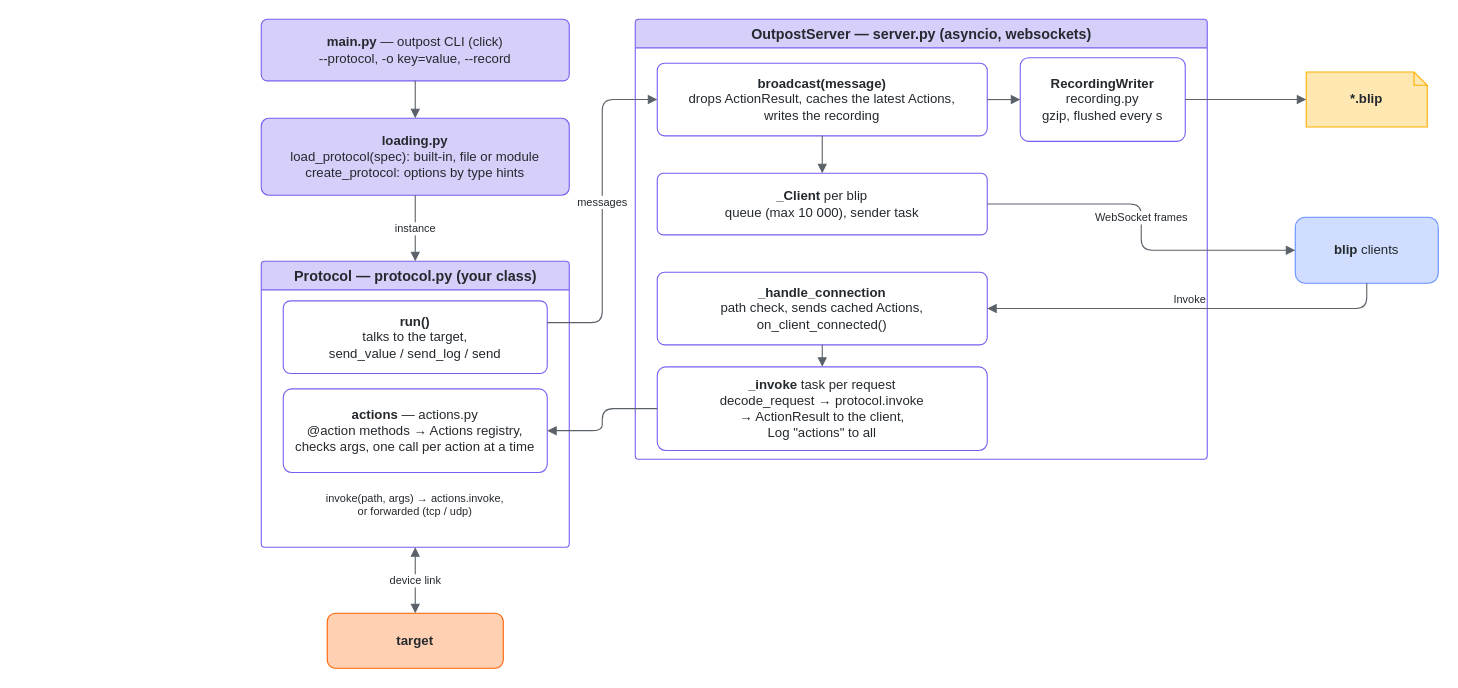
Above: doc/source/diagrams/outpost-architecture.drawio in stefanluethi/blip (draw.io), before the change. Source tidied: cells renumbered, new cells numbered last; positions are measured from the earlier drawing's top-left corner, leaving out a move shared by most shapes. Both pictures are drawn from the tidied source at 110%, with x=0, y=0 at pixel (261, 19).
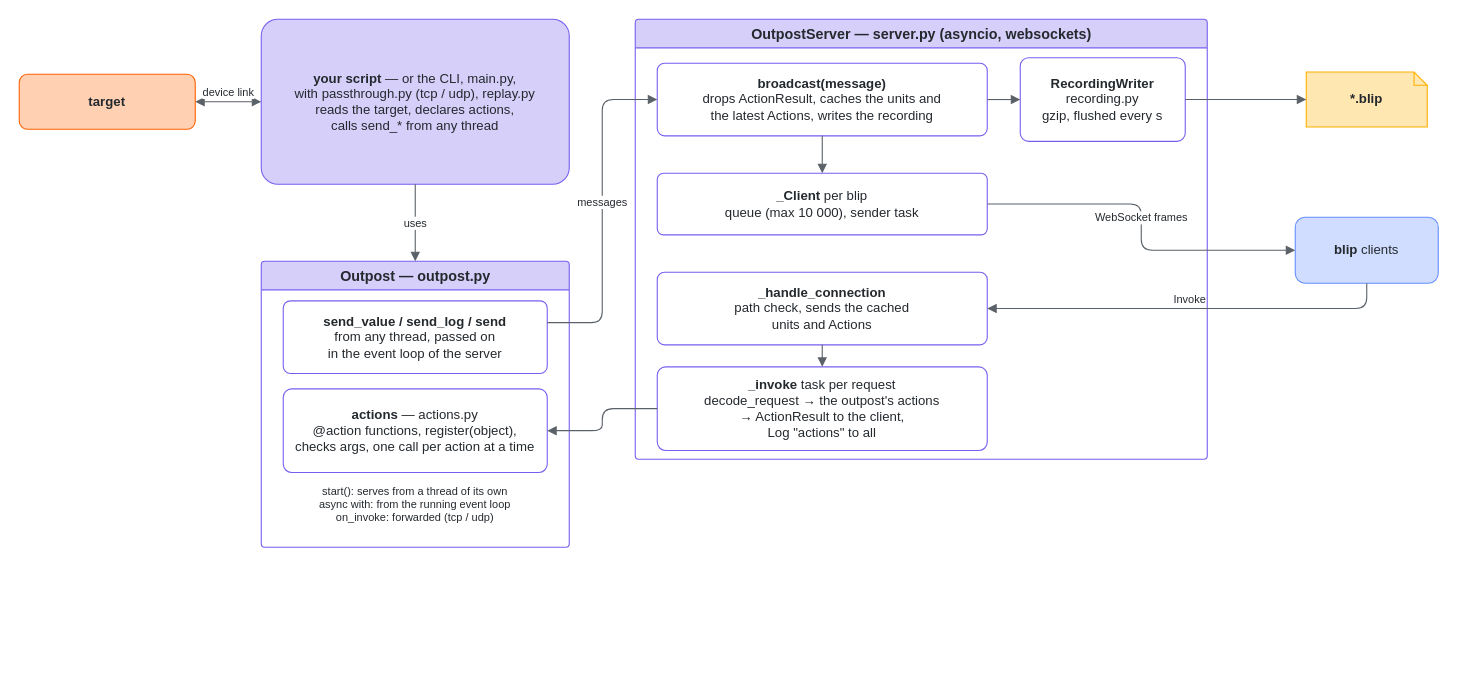
The same page after the edit.

Unchanged cells that the change refers to:
```xml
<mxCell id="5" value="&lt;b&gt;OutpostServer&lt;/b&gt; — server.py (asyncio, websockets)" style="fontColor=#24292e;fontFamily=Fira Sans,Helvetica,Arial,sans-serif;swimlane;startSize=26;html=1;rounded=1;arcSize=4;fillColor=#d6cffa;strokeColor=#785ef0;fontSize=13;swimlaneFillColor=none;" parent="1" vertex="1">
  <mxGeometry x="340" width="520" height="400" as="geometry" />
</mxCell>
```

Diff of the diagram source:
```diff
@@
-    <mxCell id="2" value="&lt;b&gt;main.py&lt;/b&gt; — outpost CLI (click)&lt;br&gt;--protocol, -o key=value, --record" style="fontColor=#24292e;fontFamily=Fira Sans,Helvetica,Arial,sans-serif;rounded=1;whiteSpace=wrap;html=1;arcSize=10;fillColor=#d6cffa;strokeColor=#785ef0;fontSize=12;" parent="1" vertex="1">
-      <mxGeometry width="280" height="56" as="geometry" />
+    <mxCell id="2" value="&lt;b&gt;your script&lt;/b&gt; — or the CLI, main.py,&lt;br&gt;with passthrough.py (tcp / udp), replay.py&lt;br&gt;reads the target, declares actions,&lt;br&gt;calls send_* from any thread" style="fontColor=#24292e;fontFamily=Fira Sans,Helvetica,Arial,sans-serif;rounded=1;whiteSpace=wrap;html=1;arcSize=10;fillColor=#d6cffa;strokeColor=#785ef0;fontSize=12;" parent="1" vertex="1">
+      <mxGeometry width="280" height="150" as="geometry" />
     </mxCell>
-    <mxCell id="3" value="&lt;b&gt;loading.py&lt;/b&gt;&lt;br&gt;load_protocol(spec): built-in, file or module&lt;br&gt;create_protocol: options by type hints" style="fontColor=#24292e;fontFamily=Fira Sans,Helvetica,Arial,sans-serif;rounded=1;whiteSpace=wrap;html=1;arcSize=10;fillColor=#d6cffa;strokeColor=#785ef0;fontSize=12;" parent="1" vertex="1">
-      <mxGeometry y="90" width="280" height="70" as="geometry" />
-    </mxCell>
-    <mxCell id="4" style="strokeColor=#5b6168;fontColor=#24292e;labelBackgroundColor=#ffffff;fontFamily=Fira Sans,Helvetica,Arial,sans-serif;edgeStyle=orthogonalEdgeStyle;rounded=1;html=1;endArrow=block;endFill=1;fontSize=10;" parent="1" edge="1" source="2" target="3">
-      <mxGeometry relative="1" as="geometry" />
-    </mxCell>
@@
-    <mxCell id="6" value="&lt;b&gt;broadcast(message)&lt;/b&gt;&lt;br&gt;drops ActionResult, caches the latest Actions,&lt;br&gt;writes the recording" style="fontColor=#24292e;fontFamily=Fira Sans,Helvetica,Arial,sans-serif;rounded=1;whiteSpace=wrap;html=1;arcSize=10;fillColor=#ffffff;strokeColor=#785ef0;fontSize=12;" parent="5" vertex="1">
+    <mxCell id="6" value="&lt;b&gt;broadcast(message)&lt;/b&gt;&lt;br&gt;drops ActionResult, caches the units and&lt;br&gt;the latest Actions, writes the recording" style="fontColor=#24292e;fontFamily=Fira Sans,Helvetica,Arial,sans-serif;rounded=1;whiteSpace=wrap;html=1;arcSize=10;fillColor=#ffffff;strokeColor=#785ef0;fontSize=12;" parent="5" vertex="1">
       <mxGeometry x="20" y="40" width="300" height="66" as="geometry" />
     </mxCell>
@@
-    <mxCell id="8" value="&lt;b&gt;_handle_connection&lt;/b&gt;&lt;br&gt;path check, sends cached Actions,&lt;br&gt;on_client_connected()" style="fontColor=#24292e;fontFamily=Fira Sans,Helvetica,Arial,sans-serif;rounded=1;whiteSpace=wrap;html=1;arcSize=10;fillColor=#ffffff;strokeColor=#785ef0;fontSize=12;" parent="5" vertex="1">
+    <mxCell id="8" value="&lt;b&gt;_handle_connection&lt;/b&gt;&lt;br&gt;path check, sends the cached&lt;br&gt;units and Actions" style="fontColor=#24292e;fontFamily=Fira Sans,Helvetica,Arial,sans-serif;rounded=1;whiteSpace=wrap;html=1;arcSize=10;fillColor=#ffffff;strokeColor=#785ef0;fontSize=12;" parent="5" vertex="1">
       <mxGeometry x="20" y="230" width="300" height="66" as="geometry" />
     </mxCell>
-    <mxCell id="9" value="&lt;b&gt;_invoke&lt;/b&gt; task per request&lt;br&gt;decode_request → protocol.invoke&lt;br&gt;→ ActionResult to the client,&lt;br&gt;Log &amp;quot;actions&amp;quot; to all" style="fontColor=#24292e;fontFamily=Fira Sans,Helvetica,Arial,sans-serif;rounded=1;whiteSpace=wrap;html=1;arcSize=10;fillColor=#ffffff;strokeColor=#785ef0;fontSize=12;" parent="5" vertex="1">
+    <mxCell id="9" value="&lt;b&gt;_invoke&lt;/b&gt; task per request&lt;br&gt;decode_request → the outpost's actions&lt;br&gt;→ ActionResult to the client,&lt;br&gt;Log &amp;quot;actions&amp;quot; to all" style="fontColor=#24292e;fontFamily=Fira Sans,Helvetica,Arial,sans-serif;rounded=1;whiteSpace=wrap;html=1;arcSize=10;fillColor=#ffffff;strokeColor=#785ef0;fontSize=12;" parent="5" vertex="1">
       <mxGeometry x="20" y="316" width="300" height="76" as="geometry" />
     </mxCell>
@@
-    <mxCell id="14" value="&lt;b&gt;Protocol&lt;/b&gt; — protocol.py (your class)" style="fontColor=#24292e;fontFamily=Fira Sans,Helvetica,Arial,sans-serif;swimlane;startSize=26;html=1;rounded=1;arcSize=4;fillColor=#d6cffa;strokeColor=#785ef0;fontSize=13;swimlaneFillColor=none;" parent="1" vertex="1">
+    <mxCell id="14" value="&lt;b&gt;Outpost&lt;/b&gt; — outpost.py" style="fontColor=#24292e;fontFamily=Fira Sans,Helvetica,Arial,sans-serif;swimlane;startSize=26;html=1;rounded=1;arcSize=4;fillColor=#d6cffa;strokeColor=#785ef0;fontSize=13;swimlaneFillColor=none;" parent="1" vertex="1">
       <mxGeometry y="220" width="280" height="260" as="geometry" />
     </mxCell>
-    <mxCell id="15" value="&lt;b&gt;run()&lt;/b&gt;&lt;br&gt;talks to the target,&lt;br&gt;send_value / send_log / send" style="fontColor=#24292e;fontFamily=Fira Sans,Helvetica,Arial,sans-serif;rounded=1;whiteSpace=wrap;html=1;arcSize=10;fillColor=#ffffff;strokeColor=#785ef0;fontSize=12;" parent="14" vertex="1">
+    <mxCell id="15" value="&lt;b&gt;send_value / send_log / send&lt;/b&gt;&lt;br&gt;from any thread, passed on&lt;br&gt;in the event loop of the server" style="fontColor=#24292e;fontFamily=Fira Sans,Helvetica,Arial,sans-serif;rounded=1;whiteSpace=wrap;html=1;arcSize=10;fillColor=#ffffff;strokeColor=#785ef0;fontSize=12;" parent="14" vertex="1">
       <mxGeometry x="20" y="36" width="240" height="66" as="geometry" />
     </mxCell>
-    <mxCell id="16" value="&lt;b&gt;actions&lt;/b&gt; — actions.py&lt;br&gt;@action methods → Actions registry,&lt;br&gt;checks args, one call per action at a time" style="fontColor=#24292e;fontFamily=Fira Sans,Helvetica,Arial,sans-serif;rounded=1;whiteSpace=wrap;html=1;arcSize=10;fillColor=#ffffff;strokeColor=#785ef0;fontSize=12;" parent="14" vertex="1">
+    <mxCell id="16" value="&lt;b&gt;actions&lt;/b&gt; — actions.py&lt;br&gt;@action functions, register(object),&lt;br&gt;checks args, one call per action at a time" style="fontColor=#24292e;fontFamily=Fira Sans,Helvetica,Arial,sans-serif;rounded=1;whiteSpace=wrap;html=1;arcSize=10;fillColor=#ffffff;strokeColor=#785ef0;fontSize=12;" parent="14" vertex="1">
       <mxGeometry x="20" y="116" width="240" height="76" as="geometry" />
     </mxCell>
-    <mxCell id="17" value="invoke(path, args) → actions.invoke,&lt;br&gt;or forwarded (tcp / udp)" style="fontColor=#24292e;fontFamily=Fira Sans,Helvetica,Arial,sans-serif;text;html=1;whiteSpace=wrap;align=center;verticalAlign=middle;fontSize=10;" parent="14" vertex="1">
+    <mxCell id="17" value="start(): serves from a thread of its own&lt;br&gt;async with: from the running event loop&lt;br&gt;on_invoke: forwarded (tcp / udp)" style="fontColor=#24292e;fontFamily=Fira Sans,Helvetica,Arial,sans-serif;text;html=1;whiteSpace=wrap;align=center;verticalAlign=middle;fontSize=10;" parent="14" vertex="1">
       <mxGeometry x="20" y="196" width="240" height="50" as="geometry" />
     </mxCell>
@@
     <mxCell id="19" value="&lt;b&gt;target&lt;/b&gt;" style="fontColor=#24292e;fontFamily=Fira Sans,Helvetica,Arial,sans-serif;html=1;whiteSpace=wrap;rounded=1;fillColor=#ffd0b2;strokeColor=#fe6100;fontSize=12;" parent="1" vertex="1">
-      <mxGeometry x="60" y="540" width="160" height="50" as="geometry" />
+      <mxGeometry x="-220" y="50" width="160" height="50" as="geometry" />
     </mxCell>
@@
-    <mxCell id="21" value="instance" style="strokeColor=#5b6168;fontColor=#24292e;labelBackgroundColor=#ffffff;fontFamily=Fira Sans,Helvetica,Arial,sans-serif;edgeStyle=orthogonalEdgeStyle;rounded=1;html=1;endArrow=block;endFill=1;fontSize=10;verticalAlign=middle;" parent="1" edge="1" source="3" target="14">
+    <mxCell id="21" value="uses" style="strokeColor=#5b6168;fontColor=#24292e;labelBackgroundColor=#ffffff;fontFamily=Fira Sans,Helvetica,Arial,sans-serif;edgeStyle=orthogonalEdgeStyle;rounded=1;html=1;endArrow=block;endFill=1;fontSize=10;verticalAlign=middle;" parent="1" edge="1" source="2" target="14">
       <mxGeometry relative="1" as="geometry" />
     </mxCell>
@@
-    <mxCell id="26" value="device link" style="strokeColor=#5b6168;fontColor=#24292e;labelBackgroundColor=#ffffff;fontFamily=Fira Sans,Helvetica,Arial,sans-serif;edgeStyle=orthogonalEdgeStyle;rounded=1;html=1;endArrow=block;endFill=1;fontSize=10;startArrow=block;startFill=1;verticalAlign=middle;" parent="1" edge="1" source="14" target="19">
+    <mxCell id="26" value="device link" style="strokeColor=#5b6168;fontColor=#24292e;labelBackgroundColor=#ffffff;fontFamily=Fira Sans,Helvetica,Arial,sans-serif;edgeStyle=orthogonalEdgeStyle;rounded=1;html=1;endArrow=block;endFill=1;fontSize=10;startArrow=block;startFill=1;verticalAlign=bottom;exitX=0;exitY=0.5;entryX=1;entryY=0.5;" parent="1" edge="1" source="2" target="19">
       <mxGeometry relative="1" as="geometry" />
     </mxCell>
```
